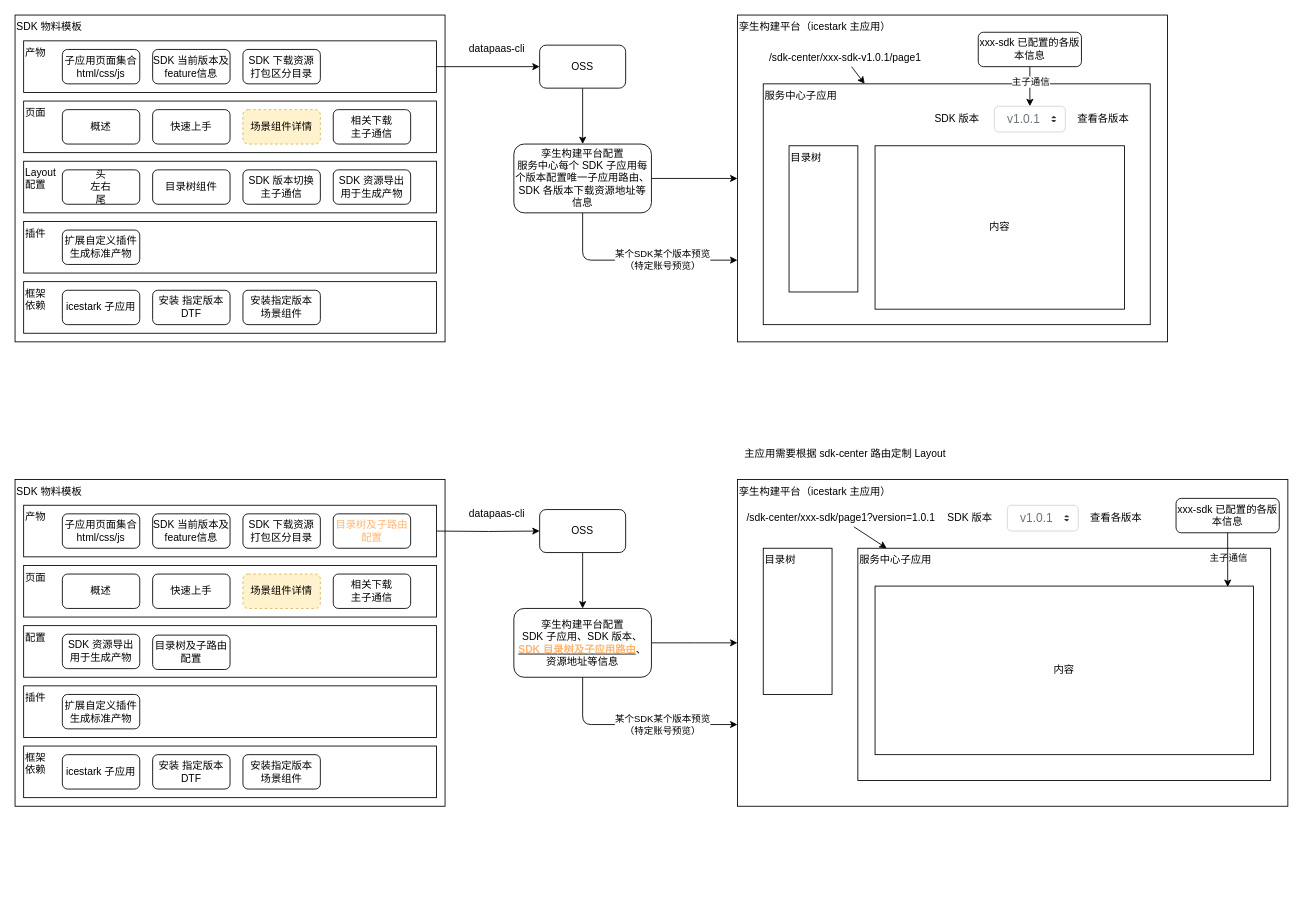
xiazhiqiang/diagrams keeps this draw.io diagram as page "孪生服务中心-SDK设计" (4 of 4) of 场景库.drawio. Above is the earlier version. Source tidied: cells renumbered, new cells numbered last; positions are measured from the earlier drawing's top-left corner, leaving out a move shared by most shapes. Both pictures are drawn from the tidied source at 86%, with x=0, y=0 at pixel (15, 15).
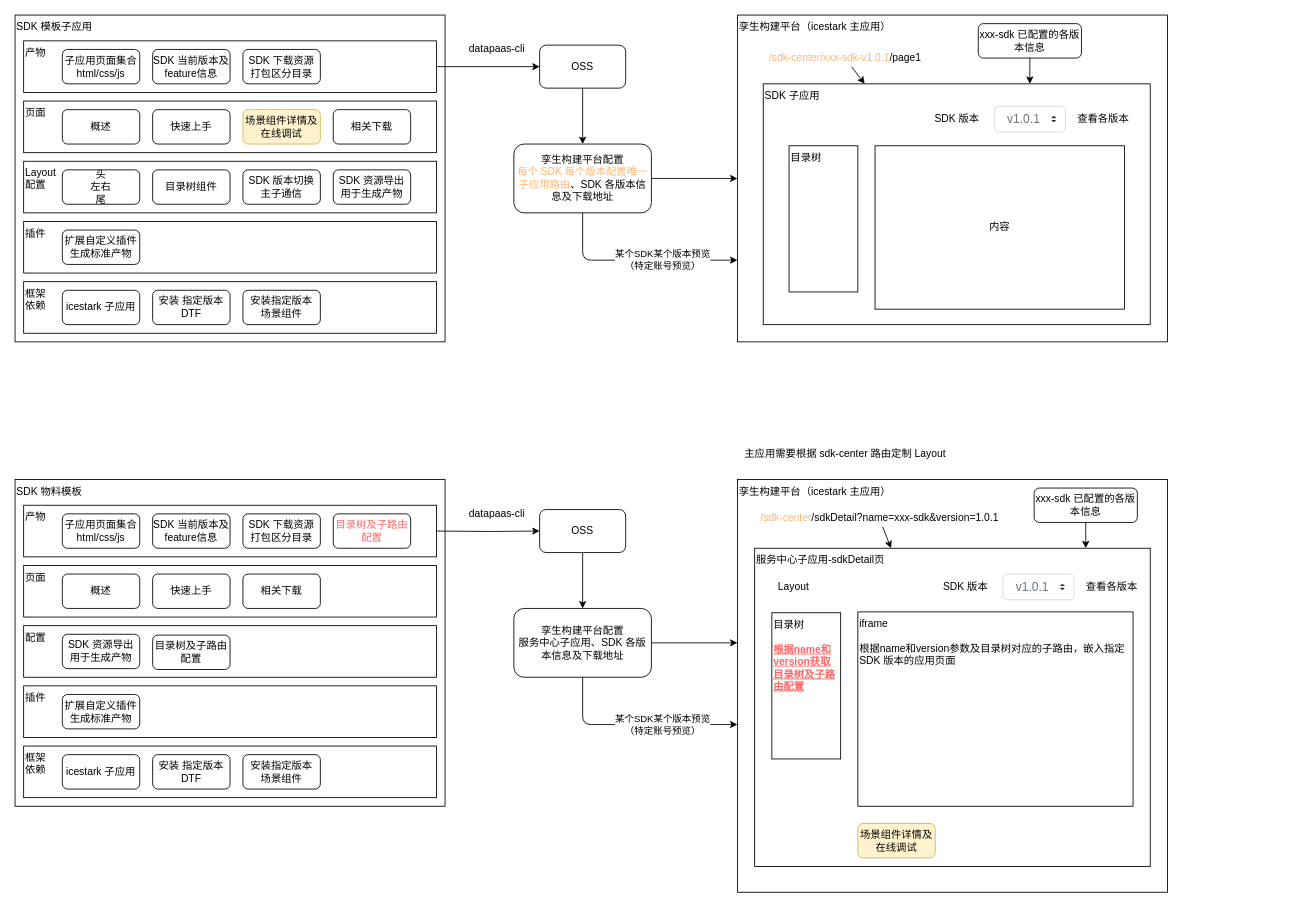
The same page after the edit.

Commit message:
更新场景库.drawio

The change refers to these unchanged cells:
```xml
<mxCell id="37" value="v1.0.1" style="html=1;shadow=0;dashed=0;shape=mxgraph.bootstrap.rrect;rSize=5;fillColor=#ffffff;strokeColor=#CED4DA;align=left;spacing=15;fontSize=14;fontColor=#6C767D;rounded=1;" parent="1" vertex="1">
  <mxGeometry x="1138.8" y="106" width="82.5" height="30" as="geometry" />
</mxCell>
```

What changed in the source:
```diff
@@
-    <mxCell id="2" value="SDK 物料模板" style="rounded=0;whiteSpace=wrap;html=1;align=left;verticalAlign=top;" parent="1" vertex="1">
+    <mxCell id="2" value="SDK 模板子应用" style="rounded=0;whiteSpace=wrap;html=1;align=left;verticalAlign=top;" parent="1" vertex="1">
       <mxGeometry width="500" height="380" as="geometry" />
     </mxCell>
@@
-    <mxCell id="17" value="场景组件详情" style="rounded=1;whiteSpace=wrap;html=1;dashed=1;fillColor=#fff2cc;strokeColor=#d6b656;" parent="1" vertex="1">
+    <mxCell id="17" value="场景组件详情及在线调试" style="rounded=1;whiteSpace=wrap;html=1;fillColor=#fff2cc;strokeColor=#d6b656;" parent="1" vertex="1">
       <mxGeometry x="265" y="110" width="90" height="40" as="geometry" />
     </mxCell>
@@
-    <mxCell id="19" value="相关下载&lt;br&gt;主子通信" style="rounded=1;whiteSpace=wrap;html=1;" parent="1" vertex="1">
+    <mxCell id="19" value="相关下载" style="rounded=1;whiteSpace=wrap;html=1;" parent="1" vertex="1">
       <mxGeometry x="370" y="110" width="90" height="40" as="geometry" />
     </mxCell>
@@
-    <mxCell id="27" value="服务中心子应用" style="rounded=0;whiteSpace=wrap;html=1;align=left;verticalAlign=top;" parent="1" vertex="1">
+    <mxCell id="27" value="SDK 子应用" style="rounded=0;whiteSpace=wrap;html=1;align=left;verticalAlign=top;" parent="1" vertex="1">
       <mxGeometry x="870" y="80" width="450" height="280" as="geometry" />
     </mxCell>
@@
-    <mxCell id="29" value="孪生构建平台配置&lt;br&gt;服务中心每个 SDK 子应用每个版本配置唯一子应用路由、SDK 各版本下载资源地址等信息" style="rounded=1;whiteSpace=wrap;html=1;align=center;verticalAlign=middle;" parent="1" vertex="1">
+    <mxCell id="29" value="孪生构建平台配置&lt;br&gt;&lt;font color=&quot;#ffb570&quot;&gt;每个 SDK 每个版本配置唯一子应用路由&lt;/font&gt;、SDK 各版本信息及下载地址" style="rounded=1;whiteSpace=wrap;html=1;align=center;verticalAlign=middle;" parent="1" vertex="1">
       <mxGeometry x="580" y="150" width="160" height="80" as="geometry" />
     </mxCell>
@@
-    <mxCell id="32" style="rounded=0;jettySize=auto;html=1;" parent="1" edge="1" source="34" target="37">
-      <mxGeometry relative="1" as="geometry" />
+    <mxCell id="32" style="rounded=0;jettySize=auto;html=1;" parent="1" edge="1" source="34">
+      <mxGeometry relative="1" as="geometry">
+        <mxPoint x="1180" y="80" as="targetPoint" />
+      </mxGeometry>
     </mxCell>
-    <mxCell id="33" value="主子通信" style="edgeLabel;html=1;align=center;verticalAlign=middle;" parent="32" vertex="1">
-      <mxGeometry x="0.09" y="2" relative="1" as="geometry">
-        <mxPoint x="-2" y="-7" as="offset" />
-      </mxGeometry>
-    </mxCell>
     <mxCell id="34" value="xxx-sdk 已配置的各版本信息" style="rounded=1;whiteSpace=wrap;html=1;align=center;verticalAlign=middle;" parent="1" vertex="1">
-      <mxGeometry x="1120" y="20" width="120" height="40" as="geometry" />
+      <mxGeometry x="1120" y="10" width="120" height="40" as="geometry" />
     </mxCell>
@@
-    <mxCell id="36" value="/sdk-center/xxx-sdk-v1.0.1/page1" style="text;html=1;align=center;verticalAlign=middle;points=[];strokeColor=none;" parent="1" vertex="1">
+    <mxCell id="36" value="&lt;font color=&quot;#ffb570&quot;&gt;/sdk-center/xxx-sdk-v1.0.1&lt;/font&gt;/page1" style="text;html=1;align=center;verticalAlign=middle;points=[];strokeColor=none;" parent="1" vertex="1">
       <mxGeometry x="870" y="40" width="190" height="20" as="geometry" />
     </mxCell>
@@
-    <mxCell id="57" value="&lt;font color=&quot;#ffb570&quot;&gt;目录树及子路由配置&lt;/font&gt;" style="rounded=1;whiteSpace=wrap;html=1;" parent="1" vertex="1">
+    <mxCell id="57" value="&lt;font color=&quot;#ff6666&quot;&gt;目录树及子路由配置&lt;/font&gt;" style="rounded=1;whiteSpace=wrap;html=1;" parent="1" vertex="1">
       <mxGeometry x="370" y="580" width="90" height="40" as="geometry" />
     </mxCell>
-    <mxCell id="58" value="场景组件详情" style="rounded=1;whiteSpace=wrap;html=1;dashed=1;fillColor=#fff2cc;strokeColor=#d6b656;" parent="1" vertex="1">
-      <mxGeometry x="265" y="650" width="90" height="40" as="geometry" />
-    </mxCell>
-    <mxCell id="59" value="相关下载&lt;br&gt;主子通信" style="rounded=1;whiteSpace=wrap;html=1;" parent="1" vertex="1">
-      <mxGeometry x="370" y="650" width="90" height="40" as="geometry" />
+    <mxCell id="59" value="相关下载" style="rounded=1;whiteSpace=wrap;html=1;" parent="1" vertex="1">
+      <mxGeometry x="265" y="650" width="90" height="40" as="geometry" />
     </mxCell>
@@
     <mxCell id="63" value="孪生构建平台（icestark 主应用）" style="rounded=0;whiteSpace=wrap;html=1;align=left;verticalAlign=top;" parent="1" vertex="1">
-      <mxGeometry x="840" y="540" width="640" height="380" as="geometry" />
+      <mxGeometry x="840" y="540" width="500" height="480" as="geometry" />
     </mxCell>
-    <mxCell id="64" value="服务中心子应用" style="rounded=0;whiteSpace=wrap;html=1;align=left;verticalAlign=top;" parent="1" vertex="1">
-      <mxGeometry x="980" y="620" width="480" height="270" as="geometry" />
+    <mxCell id="64" value="服务中心子应用-sdkDetail页" style="rounded=0;whiteSpace=wrap;html=1;align=left;verticalAlign=top;" parent="1" vertex="1">
+      <mxGeometry x="860" y="620" width="460" height="370" as="geometry" />
     </mxCell>
-    <mxCell id="65" value="目录树" style="rounded=0;whiteSpace=wrap;html=1;align=left;verticalAlign=top;" parent="1" vertex="1">
-      <mxGeometry x="870" y="620" width="80" height="170" as="geometry" />
+    <mxCell id="65" value="目录树&lt;br&gt;&lt;br&gt;&lt;div style=&quot;text-align: left&quot;&gt;&lt;span style=&quot;text-align: center&quot;&gt;&lt;font style=&quot;font-weight: bold ; text-decoration: underline&quot; color=&quot;#ff6666&quot;&gt;根据name和version获取 目录树及子路由配置&lt;/font&gt;&lt;/span&gt;&lt;/div&gt;" style="rounded=0;whiteSpace=wrap;html=1;align=left;verticalAlign=top;" parent="1" vertex="1">
+      <mxGeometry x="880" y="695" width="80" height="170" as="geometry" />
     </mxCell>
-    <mxCell id="66" value="内容" style="rounded=0;whiteSpace=wrap;html=1;align=center;verticalAlign=middle;" parent="1" vertex="1">
-      <mxGeometry x="1000" y="664" width="440" height="196" as="geometry" />
+    <mxCell id="66" value="iframe&lt;br&gt;&lt;br&gt;根据name和version参数及目录树对应的子路由，嵌入指定 SDK 版本的应用页面" style="rounded=0;whiteSpace=wrap;html=1;align=left;verticalAlign=top;" parent="1" vertex="1">
+      <mxGeometry x="980" y="694" width="320" height="226" as="geometry" />
     </mxCell>
-    <mxCell id="67" value="v1.0.1" style="html=1;shadow=0;dashed=0;shape=mxgraph.bootstrap.rrect;rSize=5;fillColor=#ffffff;strokeColor=#CED4DA;align=left;spacing=15;fontSize=14;fontColor=#6C767D;rounded=1;" parent="1" vertex="1">
-      <mxGeometry x="1153.8" y="570" width="82.5" height="30" as="geometry" />
-    </mxCell>
-    <mxCell id="68" style="shape=triangle;direction=south;fillColor=#343A40;strokeColor=none;perimeter=none;rounded=1;fontSize=12;" parent="67" vertex="1">
-      <mxGeometry x="1" y="0.5" width="7" height="3" relative="1" as="geometry">
-        <mxPoint x="-17" y="1" as="offset" />
-      </mxGeometry>
-    </mxCell>
-    <mxCell id="69" style="shape=triangle;direction=north;fillColor=#343A40;strokeColor=none;perimeter=none;rounded=1;fontSize=12;" parent="67" vertex="1">
-      <mxGeometry x="1" y="0.5" width="7" height="3" relative="1" as="geometry">
-        <mxPoint x="-17" y="-4" as="offset" />
-      </mxGeometry>
-    </mxCell>
-    <mxCell id="70" value="SDK 版本" style="text;html=1;align=center;verticalAlign=middle;strokeColor=none;" parent="1" vertex="1">
-      <mxGeometry x="1075" y="575" width="70" height="20" as="geometry" />
-    </mxCell>
-    <mxCell id="71" value="查看各版本" style="text;html=1;align=center;verticalAlign=middle;strokeColor=none;" parent="1" vertex="1">
-      <mxGeometry x="1240" y="575" width="80" height="20" as="geometry" />
-    </mxCell>
@@
-    <mxCell id="73" value="/sdk-center/xxx-sdk/page1?version=1.0.1" style="text;html=1;align=center;verticalAlign=middle;points=[];strokeColor=none;" parent="1" vertex="1">
-      <mxGeometry x="845" y="575" width="230" height="20" as="geometry" />
+    <mxCell id="73" value="&lt;font color=&quot;#ffb570&quot;&gt;/sdk-center&lt;/font&gt;/sdkDetail?name=xxx-sdk&amp;amp;version=1.0.1" style="text;html=1;align=center;verticalAlign=middle;points=[];strokeColor=none;" parent="1" vertex="1">
+      <mxGeometry x="860" y="575" width="290" height="20" as="geometry" />
     </mxCell>
@@
-    <mxCell id="79" value="孪生构建平台配置&lt;br&gt;SDK 子应用、SDK 版本、&lt;b&gt;&lt;u&gt;&lt;font color=&quot;#ffb570&quot;&gt;SDK 目录树及子应用路由&lt;/font&gt;&lt;/u&gt;&lt;/b&gt;、资源地址等信息" style="rounded=1;whiteSpace=wrap;html=1;align=center;verticalAlign=middle;" parent="1" vertex="1">
+    <mxCell id="79" value="孪生构建平台配置&lt;br&gt;服务中心子应用、SDK 各版本信息及下载地址" style="rounded=1;whiteSpace=wrap;html=1;align=center;verticalAlign=middle;" parent="1" vertex="1">
       <mxGeometry x="580" y="690" width="160" height="80" as="geometry" />
     </mxCell>
@@
-    <mxCell id="85" value="主子通信" style="edgeLabel;html=1;align=center;verticalAlign=middle;" parent="1" vertex="1">
-      <mxGeometry x="1410" y="630" as="geometry" />
-    </mxCell>
     <mxCell id="86" value="xxx-sdk 已配置的各版本信息" style="rounded=1;whiteSpace=wrap;html=1;align=center;verticalAlign=middle;" parent="1" vertex="1">
-      <mxGeometry x="1350" y="562" width="120" height="40" as="geometry" />
+      <mxGeometry x="1185" y="550" width="120" height="40" as="geometry" />
     </mxCell>
-    <mxCell id="87" style="endArrow=classic;html=1;exitX=0.5;exitY=1;exitDx=0;exitDy=0;entryX=0.932;entryY=0.005;entryDx=0;entryDy=0;entryPerimeter=0;" parent="1" edge="1" source="86" target="66">
-      <mxGeometry relative="1" as="geometry" />
+    <mxCell id="87" style="endArrow=classic;html=1;exitX=0.5;exitY=1;exitDx=0;exitDy=0;" parent="1" edge="1" source="86">
+      <mxGeometry relative="1" as="geometry">
+        <mxPoint x="1245" y="620" as="targetPoint" />
+      </mxGeometry>
     </mxCell>
+    <mxCell id="67" value="v1.0.1" style="html=1;shadow=0;dashed=0;shape=mxgraph.bootstrap.rrect;rSize=5;fillColor=#ffffff;strokeColor=#CED4DA;align=left;spacing=15;fontSize=14;fontColor=#6C767D;rounded=1;" parent="1" vertex="1">
+      <mxGeometry x="1148.8" y="650" width="82.5" height="30" as="geometry" />
+    </mxCell>
+    <mxCell id="88" style="shape=triangle;direction=south;fillColor=#343A40;strokeColor=none;perimeter=none;rounded=1;fontSize=12;" parent="67" vertex="1">
+      <mxGeometry x="1" y="0.5" width="7" height="3" relative="1" as="geometry">
+        <mxPoint x="-17" y="1" as="offset" />
+      </mxGeometry>
+    </mxCell>
+    <mxCell id="89" style="shape=triangle;direction=north;fillColor=#343A40;strokeColor=none;perimeter=none;rounded=1;fontSize=12;" parent="67" vertex="1">
+      <mxGeometry x="1" y="0.5" width="7" height="3" relative="1" as="geometry">
+        <mxPoint x="-17" y="-4" as="offset" />
+      </mxGeometry>
+    </mxCell>
+    <mxCell id="70" value="SDK 版本" style="text;html=1;align=center;verticalAlign=middle;strokeColor=none;" parent="1" vertex="1">
+      <mxGeometry x="1070" y="655" width="70" height="20" as="geometry" />
+    </mxCell>
+    <mxCell id="71" value="查看各版本" style="text;html=1;align=center;verticalAlign=middle;strokeColor=none;" parent="1" vertex="1">
+      <mxGeometry x="1235" y="655" width="80" height="20" as="geometry" />
+    </mxCell>
+    <mxCell id="58" value="场景组件详情及在线调试" style="rounded=1;whiteSpace=wrap;html=1;fillColor=#fff2cc;strokeColor=#d6b656;" parent="1" vertex="1">
+      <mxGeometry x="980" y="940" width="90" height="40" as="geometry" />
+    </mxCell>
+    <mxCell id="90" value="Layout" style="text;html=1;align=center;verticalAlign=middle;strokeColor=none;" parent="1" vertex="1">
+      <mxGeometry x="880" y="655" width="50" height="20" as="geometry" />
+    </mxCell>
```
